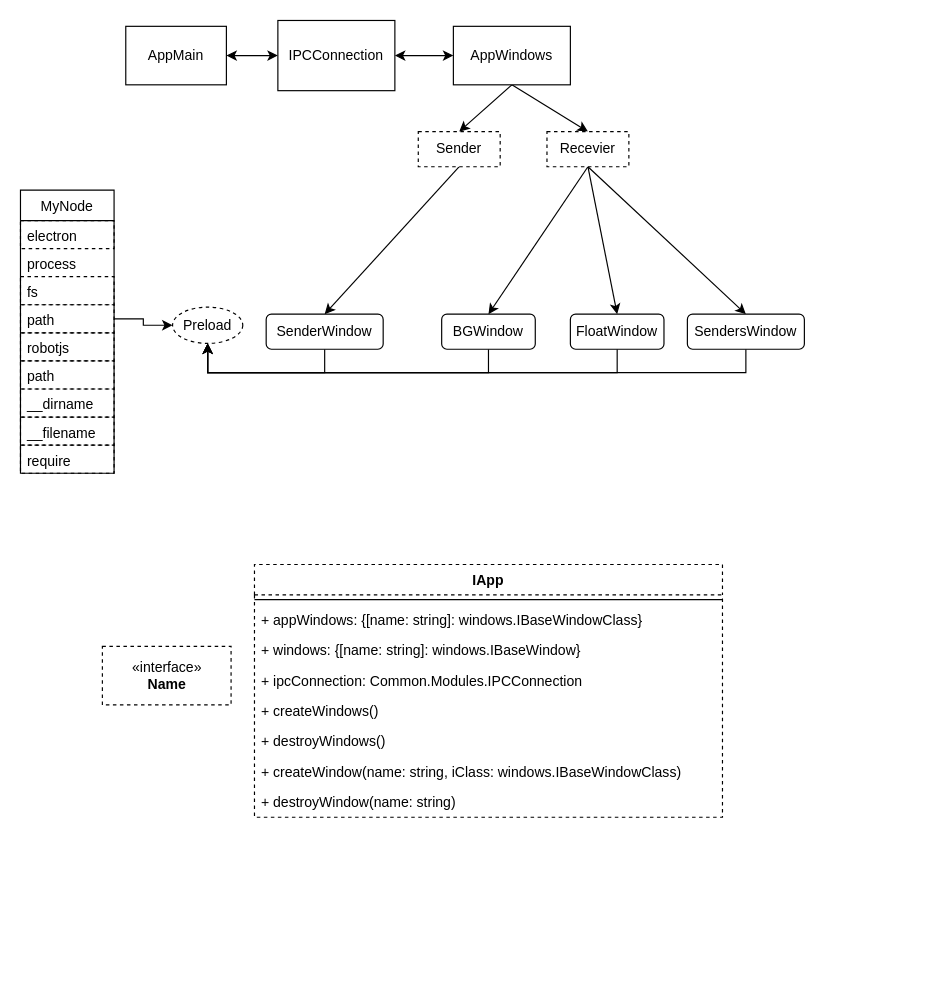
czq7966/drawio keeps this draw.io diagram as DesktopApp基本结构图.drawio. Above is the earlier version. Source tidied: cells renumbered, new cells numbered last; positions are measured from the earlier drawing's top-left corner, leaving out a move shared by most shapes. Both pictures are drawn from the tidied source at 117%, with x=0, y=0 at pixel (20, 20).
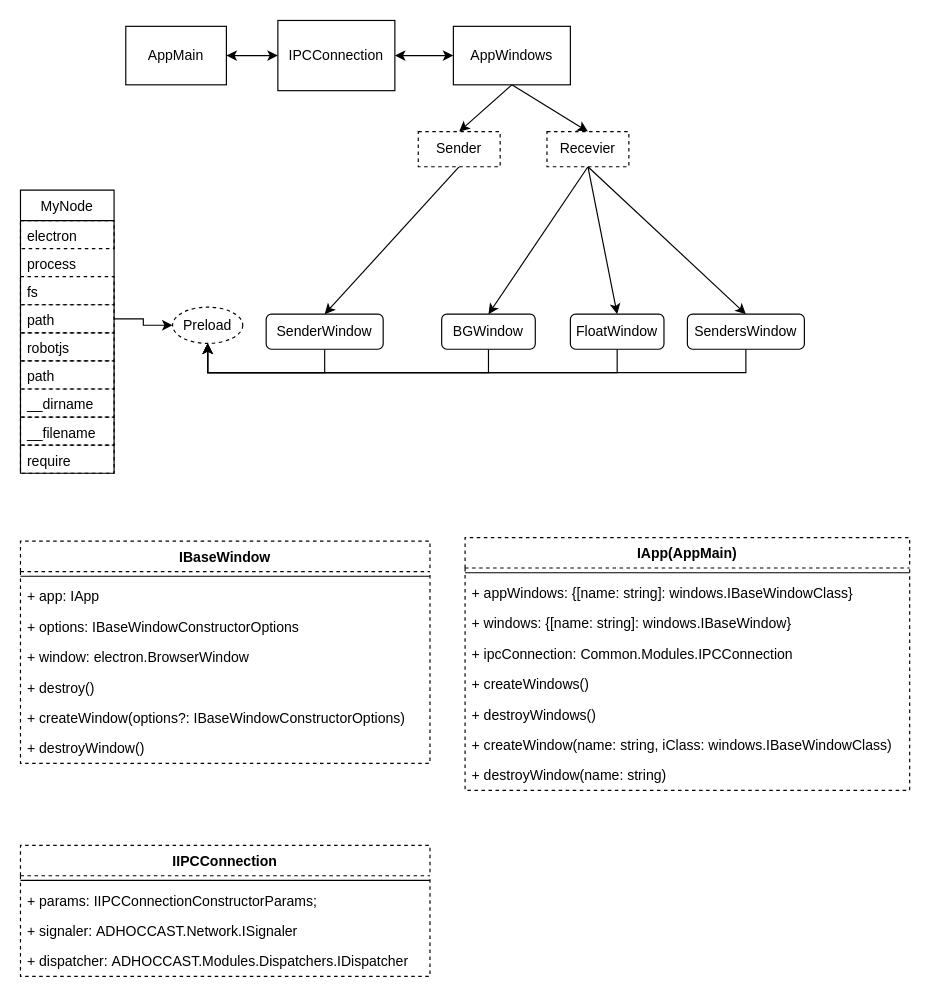
The same diagram, later.

Commit message:
更新DesktopApp基本结构图.drawio

The edit, as a diff of the source:
```diff
@@
-    <mxCell id="35" value="&amp;laquo;interface&amp;raquo;&lt;br&gt;&lt;b&gt;Name&lt;/b&gt;" style="html=1;dashed=1;strokeColor=#000000;" parent="1" vertex="1">
-      <mxGeometry x="70" y="535" width="110" height="50" as="geometry" />
-    </mxCell>
-    <mxCell id="36" value="IApp" style="swimlane;fontStyle=1;align=center;verticalAlign=top;horizontal=1;startSize=26;dashed=1;strokeColor=#000000;" parent="1" vertex="1">
-      <mxGeometry x="200" y="465" width="400" height="216" as="geometry" />
+    <mxCell id="36" value="IBaseWindow" style="swimlane;fontStyle=1;align=center;verticalAlign=top;horizontal=1;startSize=26;dashed=1;strokeColor=#000000;" parent="1" vertex="1">
+      <mxGeometry y="445" width="350" height="190" as="geometry" />
     </mxCell>
     <mxCell id="37" style="line;strokeWidth=1;fillColor=none;align=left;verticalAlign=middle;spacingTop=-1;spacingLeft=3;spacingRight=3;labelPosition=right;" parent="36" vertex="1">
-      <mxGeometry y="26" width="400" height="8" as="geometry" />
+      <mxGeometry y="26" width="350" height="8" as="geometry" />
     </mxCell>
-    <mxCell id="38" value="+ appWindows: {[name: string]: windows.IBaseWindowClass}" style="text;strokeColor=none;fillColor=none;align=left;verticalAlign=top;spacingLeft=4;spacingRight=4;overflow=hidden;" parent="36" vertex="1">
-      <mxGeometry y="34" width="400" height="26" as="geometry" />
+    <mxCell id="38" value="+ app: IApp" style="text;strokeColor=none;fillColor=none;align=left;verticalAlign=top;spacingLeft=4;spacingRight=4;overflow=hidden;" parent="36" vertex="1">
+      <mxGeometry y="34" width="350" height="26" as="geometry" />
     </mxCell>
-    <mxCell id="39" value="+ windows: {[name: string]: windows.IBaseWindow}" style="text;strokeColor=none;fillColor=none;align=left;verticalAlign=top;spacingLeft=4;spacingRight=4;overflow=hidden;" parent="36" vertex="1">
-      <mxGeometry y="60" width="400" height="26" as="geometry" />
+    <mxCell id="39" value="+ options: IBaseWindowConstructorOptions" style="text;strokeColor=none;fillColor=none;align=left;verticalAlign=top;spacingLeft=4;spacingRight=4;overflow=hidden;" parent="36" vertex="1">
+      <mxGeometry y="60" width="350" height="26" as="geometry" />
     </mxCell>
-    <mxCell id="40" value="+ ipcConnection: Common.Modules.IPCConnection" style="text;strokeColor=none;fillColor=none;align=left;verticalAlign=top;spacingLeft=4;spacingRight=4;overflow=hidden;" parent="36" vertex="1">
-      <mxGeometry y="86" width="400" height="26" as="geometry" />
+    <mxCell id="40" value="+ window: electron.BrowserWindow" style="text;strokeColor=none;fillColor=none;align=left;verticalAlign=top;spacingLeft=4;spacingRight=4;overflow=hidden;" parent="36" vertex="1">
+      <mxGeometry y="86" width="350" height="26" as="geometry" />
     </mxCell>
-    <mxCell id="41" value="+ createWindows()" style="text;strokeColor=none;fillColor=none;align=left;verticalAlign=top;spacingLeft=4;spacingRight=4;overflow=hidden;" parent="36" vertex="1">
-      <mxGeometry y="112" width="400" height="26" as="geometry" />
+    <mxCell id="41" value="+ destroy()" style="text;strokeColor=none;fillColor=none;align=left;verticalAlign=top;spacingLeft=4;spacingRight=4;overflow=hidden;" parent="36" vertex="1">
+      <mxGeometry y="112" width="350" height="26" as="geometry" />
     </mxCell>
-    <mxCell id="42" value="+ destroyWindows()" style="text;strokeColor=none;fillColor=none;align=left;verticalAlign=top;spacingLeft=4;spacingRight=4;overflow=hidden;" parent="36" vertex="1">
-      <mxGeometry y="138" width="400" height="26" as="geometry" />
+    <mxCell id="42" value="+ createWindow(options?: IBaseWindowConstructorOptions)" style="text;strokeColor=none;fillColor=none;align=left;verticalAlign=top;spacingLeft=4;spacingRight=4;overflow=hidden;" parent="36" vertex="1">
+      <mxGeometry y="138" width="350" height="26" as="geometry" />
     </mxCell>
-    <mxCell id="43" value="+ createWindow(name: string, iClass: windows.IBaseWindowClass)" style="text;strokeColor=none;fillColor=none;align=left;verticalAlign=top;spacingLeft=4;spacingRight=4;overflow=hidden;" parent="36" vertex="1">
-      <mxGeometry y="164" width="400" height="26" as="geometry" />
+    <mxCell id="43" value="+ destroyWindow()" style="text;strokeColor=none;fillColor=none;align=left;verticalAlign=top;spacingLeft=4;spacingRight=4;overflow=hidden;" parent="36" vertex="1">
+      <mxGeometry y="164" width="350" height="26" as="geometry" />
     </mxCell>
+    <mxCell id="45" value="IApp(AppMain)" style="swimlane;fontStyle=1;align=center;verticalAlign=top;horizontal=1;startSize=26;dashed=1;strokeColor=#000000;" parent="1" vertex="1">
+      <mxGeometry x="380" y="442" width="380" height="216" as="geometry" />
+    </mxCell>
+    <mxCell id="46" style="line;strokeWidth=1;fillColor=none;align=left;verticalAlign=middle;spacingTop=-1;spacingLeft=3;spacingRight=3;labelPosition=right;" parent="45" vertex="1">
+      <mxGeometry y="26" width="380" height="8" as="geometry" />
+    </mxCell>
+    <mxCell id="47" value="+ appWindows: {[name: string]: windows.IBaseWindowClass}" style="text;strokeColor=none;fillColor=none;align=left;verticalAlign=top;spacingLeft=4;spacingRight=4;overflow=hidden;" parent="45" vertex="1">
+      <mxGeometry y="34" width="380" height="26" as="geometry" />
+    </mxCell>
+    <mxCell id="48" value="+ windows: {[name: string]: windows.IBaseWindow}" style="text;strokeColor=none;fillColor=none;align=left;verticalAlign=top;spacingLeft=4;spacingRight=4;overflow=hidden;" parent="45" vertex="1">
+      <mxGeometry y="60" width="380" height="26" as="geometry" />
+    </mxCell>
+    <mxCell id="49" value="+ ipcConnection: Common.Modules.IPCConnection" style="text;strokeColor=none;fillColor=none;align=left;verticalAlign=top;spacingLeft=4;spacingRight=4;overflow=hidden;" parent="45" vertex="1">
+      <mxGeometry y="86" width="380" height="26" as="geometry" />
+    </mxCell>
+    <mxCell id="50" value="+ createWindows()" style="text;strokeColor=none;fillColor=none;align=left;verticalAlign=top;spacingLeft=4;spacingRight=4;overflow=hidden;" parent="45" vertex="1">
+      <mxGeometry y="112" width="380" height="26" as="geometry" />
+    </mxCell>
+    <mxCell id="51" value="+ destroyWindows()" style="text;strokeColor=none;fillColor=none;align=left;verticalAlign=top;spacingLeft=4;spacingRight=4;overflow=hidden;" parent="45" vertex="1">
+      <mxGeometry y="138" width="380" height="26" as="geometry" />
+    </mxCell>
+    <mxCell id="52" value="+ createWindow(name: string, iClass: windows.IBaseWindowClass)" style="text;strokeColor=none;fillColor=none;align=left;verticalAlign=top;spacingLeft=4;spacingRight=4;overflow=hidden;" parent="45" vertex="1">
+      <mxGeometry y="164" width="380" height="26" as="geometry" />
+    </mxCell>
-    <mxCell id="44" value="+ destroyWindow(name: string) " style="text;strokeColor=none;fillColor=none;align=left;verticalAlign=top;spacingLeft=4;spacingRight=4;overflow=hidden;" parent="36" vertex="1">
-      <mxGeometry y="190" width="400" height="26" as="geometry" />
+    <mxCell id="44" value="+ destroyWindow(name: string) " style="text;strokeColor=none;fillColor=none;align=left;verticalAlign=top;spacingLeft=4;spacingRight=4;overflow=hidden;" parent="45" vertex="1">
+      <mxGeometry y="190" width="380" height="26" as="geometry" />
     </mxCell>
+    <mxCell id="53" value="IIPCConnection" style="swimlane;fontStyle=1;align=center;verticalAlign=top;horizontal=1;startSize=26;dashed=1;strokeColor=#000000;" parent="1" vertex="1">
+      <mxGeometry y="705" width="350" height="112" as="geometry" />
+    </mxCell>
+    <mxCell id="54" style="line;strokeWidth=1;fillColor=none;align=left;verticalAlign=middle;spacingTop=-1;spacingLeft=3;spacingRight=3;labelPosition=right;" parent="53" vertex="1">
+      <mxGeometry y="26" width="350" height="8" as="geometry" />
+    </mxCell>
+    <mxCell id="55" value="+ params: IIPCConnectionConstructorParams;" style="text;strokeColor=none;fillColor=none;align=left;verticalAlign=top;spacingLeft=4;spacingRight=4;overflow=hidden;" parent="53" vertex="1">
+      <mxGeometry y="34" width="350" height="26" as="geometry" />
+    </mxCell>
+    <mxCell id="56" value="+ signaler: ADHOCCAST.Network.ISignaler" style="text;strokeColor=none;fillColor=none;align=left;verticalAlign=top;spacingLeft=4;spacingRight=4;overflow=hidden;" parent="53" vertex="1">
+      <mxGeometry y="60" width="350" height="26" as="geometry" />
+    </mxCell>
+    <mxCell id="57" value="+ dispatcher: ADHOCCAST.Modules.Dispatchers.IDispatcher" style="text;strokeColor=none;fillColor=none;align=left;verticalAlign=top;spacingLeft=4;spacingRight=4;overflow=hidden;" parent="53" vertex="1">
+      <mxGeometry y="86" width="350" height="26" as="geometry" />
+    </mxCell>
```
